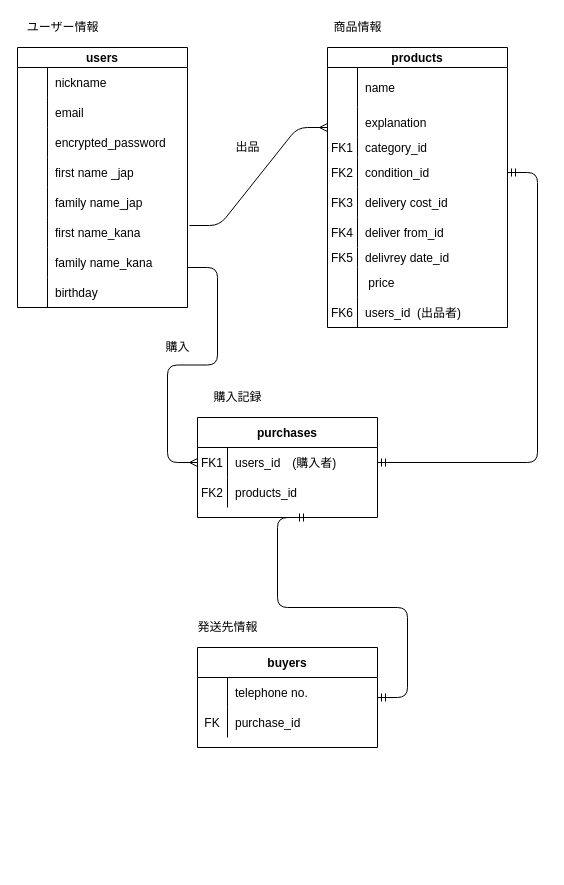
Earlier version of the draw.io diagram ER.dio (naushika-gif/furima-33835). Source tidied: cells renumbered, new cells numbered last; positions are measured from the earlier drawing's top-left corner, leaving out a move shared by most shapes. Both pictures are drawn from the tidied source at 100%, with x=0, y=0 at pixel (17, 17).
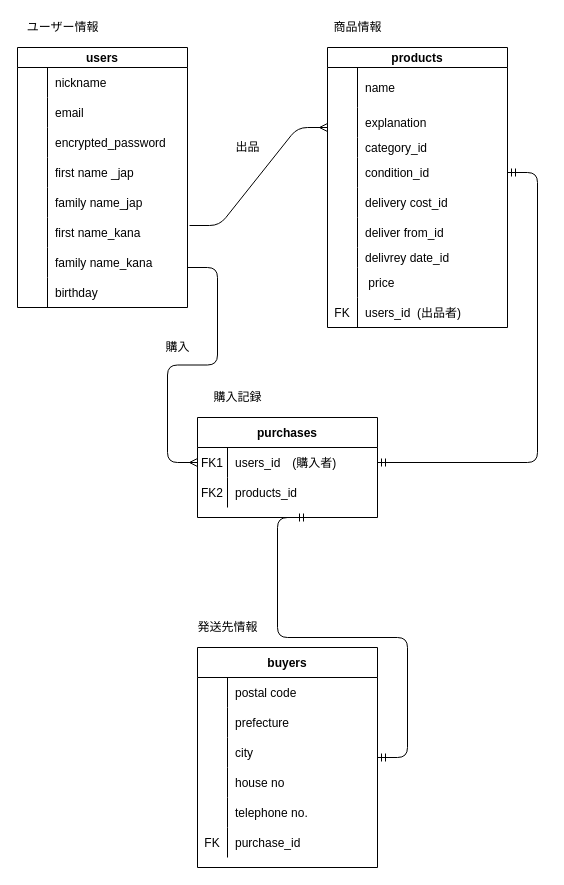
The same diagram, later.

The change refers to these unchanged cells:
```xml
<mxCell id="9" style="shape=partialRectangle;fillColor=none;top=0;left=0;bottom=0;right=0;" parent="2" vertex="1">
  <mxGeometry y="90" width="180" height="20" as="geometry" />
</mxCell>
<mxCell id="12" style="shape=partialRectangle;fillColor=none;top=0;left=0;bottom=0;right=0;points=[[0,0.5],[1,0.5]];portConstraint=eastwest;" parent="2" vertex="1">
  <mxGeometry y="110" width="180" height="30" as="geometry" />
</mxCell>
<mxCell id="15" style="shape=partialRectangle;fillColor=none;top=0;left=0;bottom=0;right=0;" parent="2" vertex="1">
  <mxGeometry y="140" width="180" height="30" as="geometry" />
</mxCell>
<mxCell id="18" style="shape=partialRectangle;fillColor=none;top=0;left=0;bottom=0;right=0;" parent="2" vertex="1">
  <mxGeometry y="170" width="180" height="30" as="geometry" />
</mxCell>
<mxCell id="21" style="shape=partialRectangle;fillColor=none;top=0;left=0;bottom=0;right=0;" parent="2" vertex="1">
  <mxGeometry y="200" width="180" height="20" as="geometry" />
</mxCell>
<mxCell id="27" style="shape=partialRectangle;fillColor=none;top=0;left=0;bottom=0;right=0;" parent="2" vertex="1">
  <mxGeometry y="250" width="180" height="30" as="geometry" />
</mxCell>
<mxCell id="63" style="shape=partialRectangle;fillColor=none;top=0;left=0;bottom=0;right=0;" parent="62" vertex="1">
  <mxGeometry y="30" width="180" height="30" as="geometry" />
</mxCell>
<mxCell id="66" style="shape=partialRectangle;fillColor=none;top=0;left=0;bottom=0;right=0;" parent="62" vertex="1">
  <mxGeometry y="60" width="180" height="30" as="geometry" />
</mxCell>
```

Change to the diagram source:
```diff
@@
-    <mxCell id="10" value="FK1" style="shape=partialRectangle;fillColor=none;top=0;left=0;bottom=0;right=0;overflow=hidden;" parent="9" vertex="1">
+    <mxCell id="10" style="shape=partialRectangle;fillColor=none;top=0;left=0;bottom=0;right=0;overflow=hidden;" parent="9" vertex="1">
       <mxGeometry width="30" height="20" as="geometry" />
     </mxCell>
@@
-    <mxCell id="13" value="FK2" style="shape=partialRectangle;fillColor=none;top=0;left=0;bottom=0;right=0;overflow=hidden;" parent="12" vertex="1">
+    <mxCell id="13" style="shape=partialRectangle;fillColor=none;top=0;left=0;bottom=0;right=0;overflow=hidden;" parent="12" vertex="1">
       <mxGeometry width="30" height="30" as="geometry" />
     </mxCell>
@@
-    <mxCell id="16" value="FK3" style="shape=partialRectangle;fillColor=none;top=0;left=0;bottom=0;right=0;overflow=hidden;" parent="15" vertex="1">
+    <mxCell id="16" style="shape=partialRectangle;fillColor=none;top=0;left=0;bottom=0;right=0;overflow=hidden;" parent="15" vertex="1">
       <mxGeometry width="30" height="30" as="geometry" />
     </mxCell>
@@
-    <mxCell id="19" value="FK4" style="shape=partialRectangle;fillColor=none;top=0;left=0;bottom=0;right=0;overflow=hidden;" parent="18" vertex="1">
+    <mxCell id="19" style="shape=partialRectangle;fillColor=none;top=0;left=0;bottom=0;right=0;overflow=hidden;" parent="18" vertex="1">
       <mxGeometry width="30" height="30" as="geometry" />
     </mxCell>
@@
-    <mxCell id="22" value="FK5" style="shape=partialRectangle;fillColor=none;top=0;left=0;bottom=0;right=0;overflow=hidden;" parent="21" vertex="1">
+    <mxCell id="22" style="shape=partialRectangle;fillColor=none;top=0;left=0;bottom=0;right=0;overflow=hidden;" parent="21" vertex="1">
       <mxGeometry width="30" height="20" as="geometry" />
     </mxCell>
@@
-    <mxCell id="28" value="FK6" style="shape=partialRectangle;fillColor=none;top=0;left=0;bottom=0;right=0;overflow=hidden;" parent="27" vertex="1">
+    <mxCell id="28" value="FK" style="shape=partialRectangle;fillColor=none;top=0;left=0;bottom=0;right=0;overflow=hidden;" parent="27" vertex="1">
       <mxGeometry width="30" height="30" as="geometry" />
     </mxCell>
@@
     <mxCell id="62" value="buyers" style="shape=table;startSize=30;childLayout=tableLayout;rowLines=0;fontStyle=1;align=center;" parent="1" vertex="1">
-      <mxGeometry x="180" y="630" width="180" height="100" as="geometry" />
+      <mxGeometry x="180" y="630" width="180" height="220" as="geometry" />
     </mxCell>
@@
-    <mxCell id="65" value="telephone no." style="shape=partialRectangle;fillColor=none;top=0;left=0;bottom=0;right=0;align=left;spacingLeft=6;overflow=hidden;" parent="63" vertex="1">
+    <mxCell id="65" value="postal code" style="shape=partialRectangle;fillColor=none;top=0;left=0;bottom=0;right=0;align=left;spacingLeft=6;overflow=hidden;" parent="63" vertex="1">
       <mxGeometry x="30" width="150" height="30" as="geometry" />
     </mxCell>
@@
-    <mxCell id="67" value="FK" style="shape=partialRectangle;fillColor=none;top=0;left=0;bottom=0;right=0;overflow=hidden;" parent="66" vertex="1">
+    <mxCell id="67" style="shape=partialRectangle;fillColor=none;top=0;left=0;bottom=0;right=0;overflow=hidden;" parent="66" vertex="1">
       <mxGeometry width="30" height="30" as="geometry" />
     </mxCell>
-    <mxCell id="68" value="purchase_id" style="shape=partialRectangle;fillColor=none;top=0;left=0;bottom=0;right=0;align=left;spacingLeft=6;overflow=hidden;" parent="66" vertex="1">
+    <mxCell id="68" value="prefecture" style="shape=partialRectangle;fillColor=none;top=0;left=0;bottom=0;right=0;align=left;spacingLeft=6;overflow=hidden;" parent="66" vertex="1">
       <mxGeometry x="30" width="150" height="30" as="geometry" />
     </mxCell>
+    <mxCell id="81" style="shape=partialRectangle;fillColor=none;top=0;left=0;bottom=0;right=0;" parent="62" vertex="1">
+      <mxGeometry y="90" width="180" height="30" as="geometry" />
+    </mxCell>
+    <mxCell id="82" style="shape=partialRectangle;fillColor=none;top=0;left=0;bottom=0;right=0;overflow=hidden;" parent="81" vertex="1">
+      <mxGeometry width="30" height="30" as="geometry" />
+    </mxCell>
+    <mxCell id="83" value="city" style="shape=partialRectangle;fillColor=none;top=0;left=0;bottom=0;right=0;align=left;spacingLeft=6;overflow=hidden;" parent="81" vertex="1">
+      <mxGeometry x="30" width="150" height="30" as="geometry" />
+    </mxCell>
+    <mxCell id="84" style="shape=partialRectangle;fillColor=none;top=0;left=0;bottom=0;right=0;" parent="62" vertex="1">
+      <mxGeometry y="120" width="180" height="30" as="geometry" />
+    </mxCell>
+    <mxCell id="85" style="shape=partialRectangle;fillColor=none;top=0;left=0;bottom=0;right=0;overflow=hidden;" parent="84" vertex="1">
+      <mxGeometry width="30" height="30" as="geometry" />
+    </mxCell>
+    <mxCell id="86" value="house no" style="shape=partialRectangle;fillColor=none;top=0;left=0;bottom=0;right=0;align=left;spacingLeft=6;overflow=hidden;" parent="84" vertex="1">
+      <mxGeometry x="30" width="150" height="30" as="geometry" />
+    </mxCell>
+    <mxCell id="87" style="shape=partialRectangle;fillColor=none;top=0;left=0;bottom=0;right=0;" parent="62" vertex="1">
+      <mxGeometry y="150" width="180" height="30" as="geometry" />
+    </mxCell>
+    <mxCell id="88" style="shape=partialRectangle;fillColor=none;top=0;left=0;bottom=0;right=0;overflow=hidden;" parent="87" vertex="1">
+      <mxGeometry width="30" height="30" as="geometry" />
+    </mxCell>
+    <mxCell id="89" value="telephone no." style="shape=partialRectangle;fillColor=none;top=0;left=0;bottom=0;right=0;align=left;spacingLeft=6;overflow=hidden;" parent="87" vertex="1">
+      <mxGeometry x="30" width="150" height="30" as="geometry" />
+    </mxCell>
+    <mxCell id="90" style="shape=partialRectangle;fillColor=none;top=0;left=0;bottom=0;right=0;" parent="62" vertex="1">
+      <mxGeometry y="180" width="180" height="30" as="geometry" />
+    </mxCell>
+    <mxCell id="91" value="FK" style="shape=partialRectangle;fillColor=none;top=0;left=0;bottom=0;right=0;overflow=hidden;" parent="90" vertex="1">
+      <mxGeometry width="30" height="30" as="geometry" />
+    </mxCell>
+    <mxCell id="92" value="purchase_id" style="shape=partialRectangle;fillColor=none;top=0;left=0;bottom=0;right=0;align=left;spacingLeft=6;overflow=hidden;" parent="90" vertex="1">
+      <mxGeometry x="30" width="150" height="30" as="geometry" />
+    </mxCell>
```
